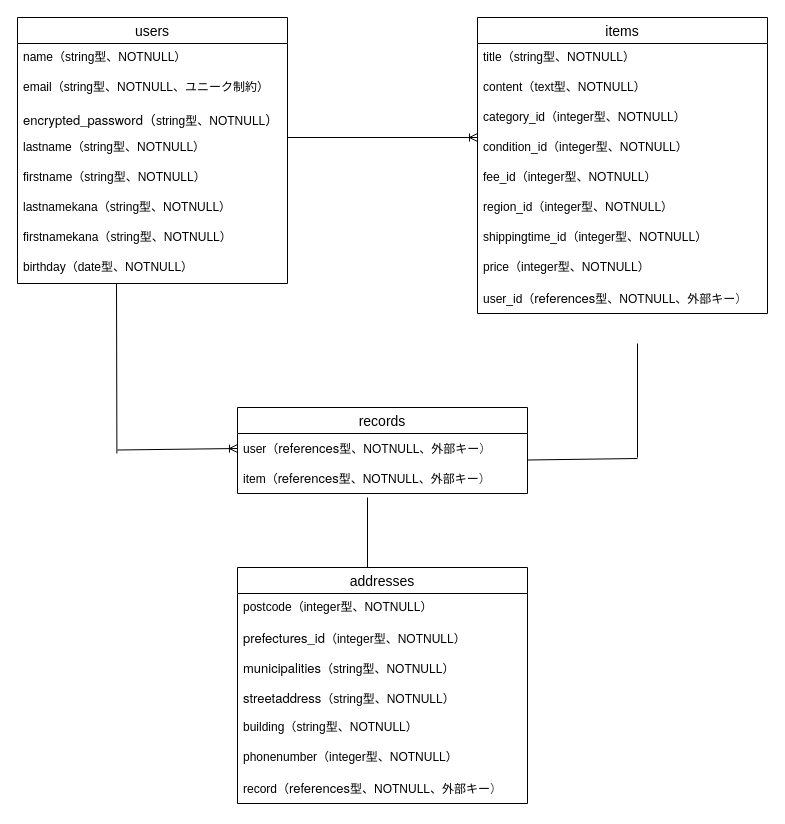
Earlier version of the draw.io diagram database.dio (ibukiku0309/furima-46343). Source tidied: cells renumbered, new cells numbered last; positions are measured from the earlier drawing's top-left corner, leaving out a move shared by most shapes. Both pictures are drawn from the tidied source at 100%, with x=0, y=0 at pixel (17, 17).
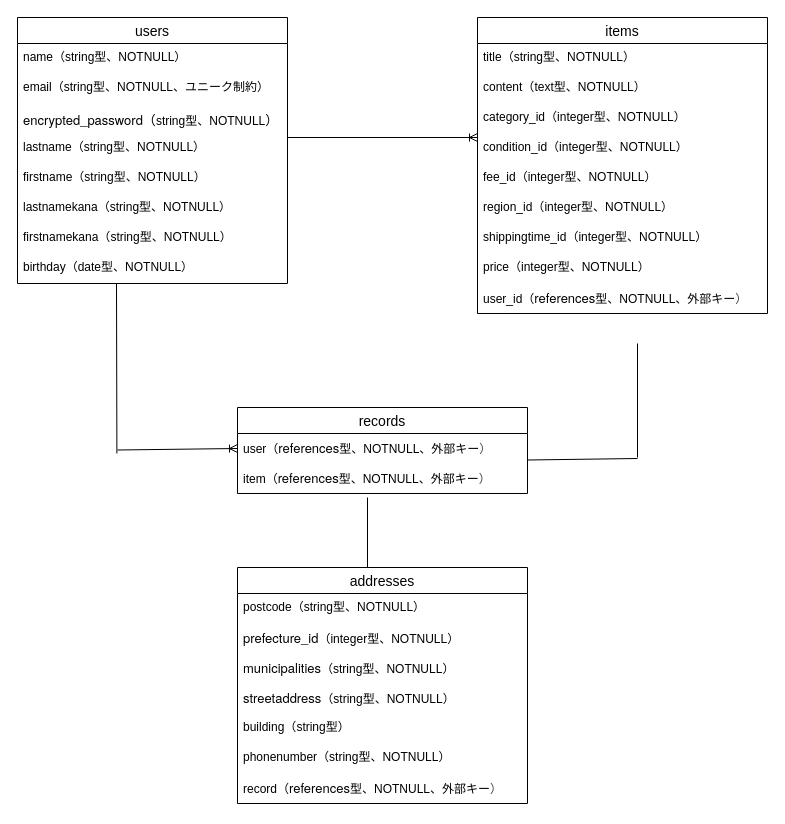
The same page after the edit.

Commit message (it also covers changes not shown here):
データベース設計3

The change refers to these unchanged cells:
```xml
<mxCell id="24" value="addresses" style="swimlane;fontStyle=0;horizontal=1;startSize=26;align=center;fontSize=14;" parent="1" vertex="1">
  <mxGeometry x="220" y="550" width="290" height="236" as="geometry" />
</mxCell>
```

What changed in the source:
```diff
@@
-    <mxCell id="25" value="&lt;span style=&quot;color: rgb(0, 0, 0);&quot;&gt;postcode（integer&lt;/span&gt;&lt;span style=&quot;scrollbar-color: rgb(226, 226, 226) rgb(251, 251, 251); color: rgb(0, 0, 0);&quot;&gt;型、NOTNULL&lt;/span&gt;&lt;span style=&quot;color: rgb(0, 0, 0);&quot;&gt;）&lt;/span&gt;" style="text;strokeColor=none;fillColor=none;spacingLeft=4;spacingRight=4;overflow=hidden;fontSize=12;whiteSpace=wrap;html=1;" parent="24" vertex="1">
+    <mxCell id="25" value="&lt;span style=&quot;color: rgb(0, 0, 0);&quot;&gt;postcode（string&lt;/span&gt;&lt;span style=&quot;scrollbar-color: rgb(226, 226, 226) rgb(251, 251, 251); color: rgb(0, 0, 0);&quot;&gt;型、NOTNULL&lt;/span&gt;&lt;span style=&quot;color: rgb(0, 0, 0);&quot;&gt;）&lt;/span&gt;" style="text;strokeColor=none;fillColor=none;spacingLeft=4;spacingRight=4;overflow=hidden;fontSize=12;whiteSpace=wrap;html=1;" parent="24" vertex="1">
       <mxGeometry y="26" width="290" height="30" as="geometry" />
     </mxCell>
-    <mxCell id="26" value="&lt;span style=&quot;color: rgb(0, 0, 0);&quot;&gt;&lt;span style=&quot;color: rgb(0, 0, 0); font-family: &amp;quot;Helvetica Neue&amp;quot;; font-size: 13px; background-color: transparent;&quot;&gt;prefectures_id&lt;/span&gt;（&lt;/span&gt;&lt;span style=&quot;scrollbar-color: rgb(226, 226, 226) rgb(251, 251, 251); color: rgb(0, 0, 0);&quot;&gt;&lt;span style=&quot;color: rgb(0, 0, 0);&quot;&gt;integer&lt;/span&gt;&lt;span style=&quot;scrollbar-color: rgb(226, 226, 226) rgb(251, 251, 251); color: rgb(0, 0, 0);&quot;&gt;型&lt;/span&gt;、NOTNULL&lt;/span&gt;&lt;span style=&quot;color: rgb(0, 0, 0);&quot;&gt;）&lt;/span&gt;" style="text;strokeColor=none;fillColor=none;spacingLeft=4;spacingRight=4;overflow=hidden;fontSize=12;whiteSpace=wrap;html=1;" parent="24" vertex="1">
+    <mxCell id="26" value="&lt;span style=&quot;color: rgb(0, 0, 0);&quot;&gt;&lt;span style=&quot;color: rgb(0, 0, 0); font-family: &amp;quot;Helvetica Neue&amp;quot;; font-size: 13px; background-color: transparent;&quot;&gt;prefecture_id&lt;/span&gt;（&lt;/span&gt;&lt;span style=&quot;scrollbar-color: rgb(226, 226, 226) rgb(251, 251, 251); color: rgb(0, 0, 0);&quot;&gt;&lt;span style=&quot;color: rgb(0, 0, 0);&quot;&gt;integer&lt;/span&gt;&lt;span style=&quot;scrollbar-color: rgb(226, 226, 226) rgb(251, 251, 251); color: rgb(0, 0, 0);&quot;&gt;型&lt;/span&gt;、NOTNULL&lt;/span&gt;&lt;span style=&quot;color: rgb(0, 0, 0);&quot;&gt;）&lt;/span&gt;" style="text;strokeColor=none;fillColor=none;spacingLeft=4;spacingRight=4;overflow=hidden;fontSize=12;whiteSpace=wrap;html=1;" parent="24" vertex="1">
       <mxGeometry y="56" width="290" height="30" as="geometry" />
     </mxCell>
@@
-    <mxCell id="29" value="&lt;span style=&quot;color: rgb(0, 0, 0);&quot;&gt;building（&lt;/span&gt;&lt;span style=&quot;scrollbar-color: rgb(226, 226, 226) rgb(251, 251, 251); color: rgb(0, 0, 0);&quot;&gt;string型、NOTNULL&lt;/span&gt;&lt;span style=&quot;color: rgb(0, 0, 0);&quot;&gt;）&lt;/span&gt;" style="text;strokeColor=none;fillColor=none;spacingLeft=4;spacingRight=4;overflow=hidden;fontSize=12;whiteSpace=wrap;html=1;" parent="24" vertex="1">
+    <mxCell id="29" value="&lt;span style=&quot;color: rgb(0, 0, 0);&quot;&gt;building（&lt;/span&gt;&lt;span style=&quot;scrollbar-color: rgb(226, 226, 226) rgb(251, 251, 251); color: rgb(0, 0, 0);&quot;&gt;string型&lt;/span&gt;&lt;span style=&quot;color: rgb(0, 0, 0);&quot;&gt;）&lt;/span&gt;" style="text;strokeColor=none;fillColor=none;spacingLeft=4;spacingRight=4;overflow=hidden;fontSize=12;whiteSpace=wrap;html=1;" parent="24" vertex="1">
       <mxGeometry y="146" width="290" height="30" as="geometry" />
     </mxCell>
-    <mxCell id="30" value="&lt;span style=&quot;color: rgb(0, 0, 0);&quot;&gt;phonenumber（integer&lt;/span&gt;&lt;span style=&quot;scrollbar-color: rgb(226, 226, 226) rgb(251, 251, 251); color: rgb(0, 0, 0);&quot;&gt;型、NOTNULL&lt;/span&gt;&lt;span style=&quot;color: rgb(0, 0, 0);&quot;&gt;）&lt;/span&gt;" style="text;strokeColor=none;fillColor=none;spacingLeft=4;spacingRight=4;overflow=hidden;fontSize=12;whiteSpace=wrap;html=1;" parent="24" vertex="1">
+    <mxCell id="30" value="&lt;span style=&quot;color: rgb(0, 0, 0);&quot;&gt;phonenumber（string&lt;/span&gt;&lt;span style=&quot;scrollbar-color: rgb(226, 226, 226) rgb(251, 251, 251); color: rgb(0, 0, 0);&quot;&gt;型、NOTNULL&lt;/span&gt;&lt;span style=&quot;color: rgb(0, 0, 0);&quot;&gt;）&lt;/span&gt;" style="text;strokeColor=none;fillColor=none;spacingLeft=4;spacingRight=4;overflow=hidden;fontSize=12;whiteSpace=wrap;html=1;" parent="24" vertex="1">
       <mxGeometry y="176" width="290" height="30" as="geometry" />
     </mxCell>
```
